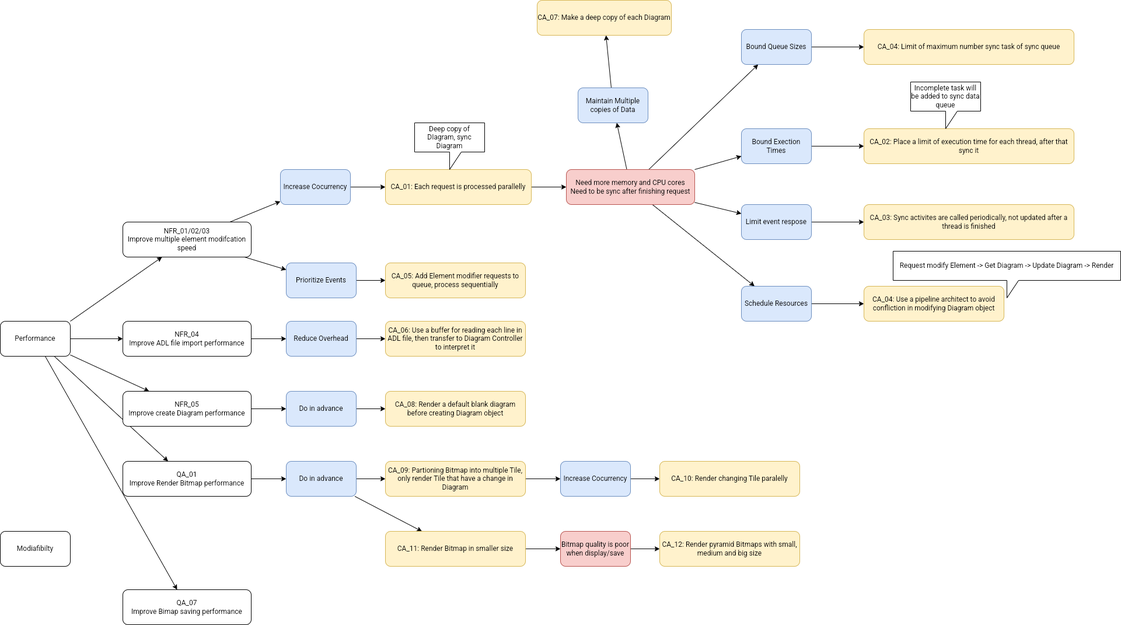
Above: img/CA.drawio.png in phunm211/SW-Associate-Architecture (draw.io), before the change. Source tidied: cells renumbered, new cells last; positions are measured from the earlier drawing's top-left corner, leaving out a move shared by most shapes.
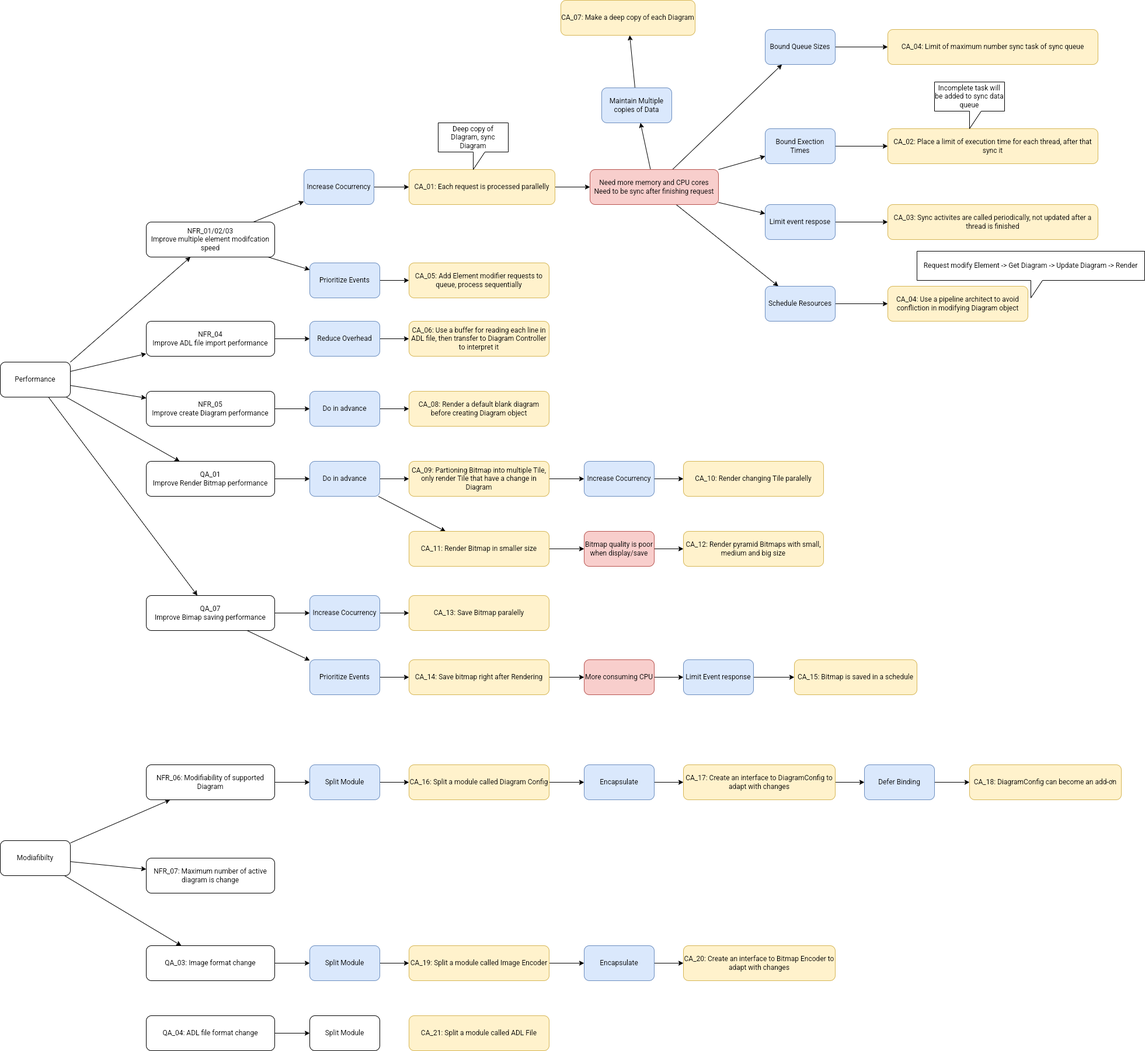
Later version of the same file.

The edit, as a diff of the source:
```diff
@@ -15,13 +15,22 @@
       <mxGeometry relative="1" as="geometry" />
     </mxCell>
     <mxCell id="6" value="Performance" style="rounded=1;whiteSpace=wrap;html=1;" parent="1" vertex="1">
-      <mxGeometry y="550" width="120" height="60" as="geometry" />
+      <mxGeometry x="-40" y="620" width="120" height="60" as="geometry" />
     </mxCell>
     <mxCell id="7" style="edgeStyle=none;rounded=0;jettySize=auto;html=1;" parent="1" edge="1" source="6" target="54">
       <mxGeometry relative="1" as="geometry" />
     </mxCell>
+    <mxCell id="69" style="edgeStyle=none;rounded=0;jettySize=auto;html=1;" parent="1" edge="1" source="8" target="87">
+      <mxGeometry relative="1" as="geometry" />
+    </mxCell>
+    <mxCell id="70" style="edgeStyle=none;rounded=0;jettySize=auto;html=1;" parent="1" edge="1" source="8" target="99">
+      <mxGeometry relative="1" as="geometry" />
+    </mxCell>
+    <mxCell id="71" style="edgeStyle=none;rounded=0;jettySize=auto;html=1;" parent="1" edge="1" source="8" target="101">
+      <mxGeometry relative="1" as="geometry" />
+    </mxCell>
     <mxCell id="8" value="Modiafibilty" style="rounded=1;whiteSpace=wrap;html=1;" parent="1" vertex="1">
-      <mxGeometry y="910" width="120" height="60" as="geometry" />
+      <mxGeometry x="-40" y="1440" width="120" height="60" as="geometry" />
     </mxCell>
     <mxCell id="9" style="rounded=0;jettySize=auto;html=1;" parent="1" edge="1" source="11" target="13">
       <mxGeometry relative="1" as="geometry" />
@@ -200,8 +209,131 @@
     <mxCell id="67" value="CA_12: Render pyramid Bitmaps with small, medium and big size" style="rounded=1;whiteSpace=wrap;html=1;fillColor=#fff2cc;strokeColor=#d6b656;" parent="1" vertex="1">
       <mxGeometry x="1130" y="910" width="240" height="60" as="geometry" />
     </mxCell>
+    <mxCell id="72" style="edgeStyle=orthogonalEdgeStyle;rounded=0;jettySize=auto;html=1;" parent="1" edge="1" source="68" target="75">
+      <mxGeometry relative="1" as="geometry" />
+    </mxCell>
+    <mxCell id="73" style="edgeStyle=none;rounded=0;jettySize=auto;html=1;" parent="1" edge="1" source="68" target="78">
+      <mxGeometry relative="1" as="geometry" />
+    </mxCell>
     <mxCell id="68" value="QA_07&lt;br&gt;Improve Bimap saving performance" style="rounded=1;whiteSpace=wrap;html=1;" parent="1" vertex="1">
-      <mxGeometry x="210" y="1010" width="220" height="60" as="geometry" />
+      <mxGeometry x="210" y="1020" width="220" height="60" as="geometry" />
     </mxCell>
+    <mxCell id="74" style="edgeStyle=orthogonalEdgeStyle;rounded=0;jettySize=auto;html=1;" parent="1" edge="1" source="75" target="76">
+      <mxGeometry relative="1" as="geometry" />
+    </mxCell>
+    <mxCell id="75" value="Increase Cocurrency" style="rounded=1;whiteSpace=wrap;html=1;fillColor=#dae8fc;strokeColor=#6c8ebf;" parent="1" vertex="1">
+      <mxGeometry x="490" y="1020" width="120" height="60" as="geometry" />
+    </mxCell>
+    <mxCell id="76" value="CA_13: Save Bitmap paralelly" style="rounded=1;whiteSpace=wrap;html=1;fillColor=#fff2cc;strokeColor=#d6b656;" parent="1" vertex="1">
+      <mxGeometry x="660" y="1020" width="240" height="60" as="geometry" />
+    </mxCell>
+    <mxCell id="77" style="edgeStyle=none;rounded=0;jettySize=auto;html=1;" parent="1" edge="1" source="78" target="80">
+      <mxGeometry relative="1" as="geometry" />
+    </mxCell>
+    <mxCell id="78" value="Prioritize Events" style="rounded=1;whiteSpace=wrap;html=1;fillColor=#dae8fc;strokeColor=#6c8ebf;" parent="1" vertex="1">
+      <mxGeometry x="490" y="1130" width="120" height="60" as="geometry" />
+    </mxCell>
+    <mxCell id="79" style="edgeStyle=none;rounded=0;jettySize=auto;html=1;" parent="1" edge="1" source="80" target="82">
+      <mxGeometry relative="1" as="geometry" />
+    </mxCell>
+    <mxCell id="80" value="CA_14: Save bitmap right after Rendering" style="rounded=1;whiteSpace=wrap;html=1;fillColor=#fff2cc;strokeColor=#d6b656;" parent="1" vertex="1">
+      <mxGeometry x="660" y="1130" width="240" height="60" as="geometry" />
+    </mxCell>
+    <mxCell id="81" style="edgeStyle=none;rounded=0;jettySize=auto;html=1;" parent="1" edge="1" source="82" target="84">
+      <mxGeometry relative="1" as="geometry" />
+    </mxCell>
+    <mxCell id="82" value="More consuming CPU" style="rounded=1;whiteSpace=wrap;html=1;fillColor=#f8cecc;strokeColor=#b85450;" parent="1" vertex="1">
+      <mxGeometry x="960" y="1130" width="120" height="60" as="geometry" />
+    </mxCell>
+    <mxCell id="83" style="edgeStyle=none;rounded=0;jettySize=auto;html=1;" parent="1" edge="1" source="84" target="85">
+      <mxGeometry relative="1" as="geometry" />
+    </mxCell>
+    <mxCell id="84" value="Limit Event response" style="rounded=1;whiteSpace=wrap;html=1;fillColor=#dae8fc;strokeColor=#6c8ebf;" parent="1" vertex="1">
+      <mxGeometry x="1130" y="1130" width="120" height="60" as="geometry" />
+    </mxCell>
+    <mxCell id="85" value="CA_15: Bitmap is saved in a schedule" style="rounded=1;whiteSpace=wrap;html=1;fillColor=#fff2cc;strokeColor=#d6b656;" parent="1" vertex="1">
+      <mxGeometry x="1320" y="1130" width="210" height="60" as="geometry" />
+    </mxCell>
+    <mxCell id="86" style="edgeStyle=none;rounded=0;jettySize=auto;html=1;" parent="1" edge="1" source="87" target="89">
+      <mxGeometry relative="1" as="geometry" />
+    </mxCell>
+    <mxCell id="87" value="NFR_06: Modifiability of supported Diagram" style="rounded=1;whiteSpace=wrap;html=1;" parent="1" vertex="1">
+      <mxGeometry x="210" y="1310" width="220" height="60" as="geometry" />
+    </mxCell>
+    <mxCell id="88" style="edgeStyle=none;rounded=0;jettySize=auto;html=1;" parent="1" edge="1" source="89" target="91">
+      <mxGeometry relative="1" as="geometry" />
+    </mxCell>
+    <mxCell id="89" value="Split Module" style="rounded=1;whiteSpace=wrap;html=1;fillColor=#dae8fc;strokeColor=#6c8ebf;" parent="1" vertex="1">
+      <mxGeometry x="490" y="1310" width="120" height="60" as="geometry" />
+    </mxCell>
+    <mxCell id="90" style="edgeStyle=none;rounded=0;jettySize=auto;html=1;" parent="1" edge="1" source="91" target="93">
+      <mxGeometry relative="1" as="geometry" />
+    </mxCell>
+    <mxCell id="91" value="CA_16: Split a module called Diagram Config" style="rounded=1;whiteSpace=wrap;html=1;fillColor=#fff2cc;strokeColor=#d6b656;" parent="1" vertex="1">
+      <mxGeometry x="660" y="1310" width="240" height="60" as="geometry" />
+    </mxCell>
+    <mxCell id="92" style="edgeStyle=none;rounded=0;jettySize=auto;html=1;" parent="1" edge="1" source="93" target="95">
+      <mxGeometry relative="1" as="geometry" />
+    </mxCell>
+    <mxCell id="93" value="Encapsulate" style="rounded=1;whiteSpace=wrap;html=1;fillColor=#dae8fc;strokeColor=#6c8ebf;" parent="1" vertex="1">
+      <mxGeometry x="960" y="1310" width="120" height="60" as="geometry" />
+    </mxCell>
+    <mxCell id="94" style="edgeStyle=none;rounded=0;jettySize=auto;html=1;" parent="1" edge="1" source="95" target="97">
+      <mxGeometry relative="1" as="geometry" />
+    </mxCell>
+    <mxCell id="95" value="CA_17: Create an interface to DiagramConfig to adapt with changes" style="rounded=1;whiteSpace=wrap;html=1;fillColor=#fff2cc;strokeColor=#d6b656;" parent="1" vertex="1">
+      <mxGeometry x="1130" y="1310" width="260" height="60" as="geometry" />
+    </mxCell>
+    <mxCell id="96" style="edgeStyle=none;rounded=0;jettySize=auto;html=1;" parent="1" edge="1" source="97" target="98">
+      <mxGeometry relative="1" as="geometry" />
+    </mxCell>
+    <mxCell id="97" value="Defer Binding" style="rounded=1;whiteSpace=wrap;html=1;fillColor=#dae8fc;strokeColor=#6c8ebf;" parent="1" vertex="1">
+      <mxGeometry x="1440" y="1310" width="120" height="60" as="geometry" />
+    </mxCell>
+    <mxCell id="98" value="CA_18: DiagramConfig can become an add-ơn" style="rounded=1;whiteSpace=wrap;html=1;fillColor=#fff2cc;strokeColor=#d6b656;" parent="1" vertex="1">
+      <mxGeometry x="1620" y="1310" width="260" height="60" as="geometry" />
+    </mxCell>
+    <mxCell id="99" value="NFR_07: Maximum number of active diagram is change" style="rounded=1;whiteSpace=wrap;html=1;" parent="1" vertex="1">
+      <mxGeometry x="210" y="1470" width="220" height="60" as="geometry" />
+    </mxCell>
+    <mxCell id="100" style="edgeStyle=none;rounded=0;jettySize=auto;html=1;" parent="1" edge="1" source="101" target="103">
+      <mxGeometry relative="1" as="geometry" />
+    </mxCell>
+    <mxCell id="101" value="QA_03: Image format change" style="rounded=1;whiteSpace=wrap;html=1;" parent="1" vertex="1">
+      <mxGeometry x="210" y="1620" width="220" height="60" as="geometry" />
+    </mxCell>
+    <mxCell id="102" style="edgeStyle=none;rounded=0;jettySize=auto;html=1;" parent="1" edge="1" source="103" target="105">
+      <mxGeometry relative="1" as="geometry" />
+    </mxCell>
+    <mxCell id="103" value="Split Module" style="rounded=1;whiteSpace=wrap;html=1;fillColor=#dae8fc;strokeColor=#6c8ebf;" parent="1" vertex="1">
+      <mxGeometry x="490" y="1620" width="120" height="60" as="geometry" />
+    </mxCell>
+    <mxCell id="104" style="edgeStyle=none;rounded=0;jettySize=auto;html=1;" parent="1" edge="1" source="105" target="107">
+      <mxGeometry relative="1" as="geometry" />
+    </mxCell>
+    <mxCell id="105" value="CA_19: Split a module called Image Encoder" style="rounded=1;whiteSpace=wrap;html=1;fillColor=#fff2cc;strokeColor=#d6b656;" parent="1" vertex="1">
+      <mxGeometry x="660" y="1620" width="240" height="60" as="geometry" />
+    </mxCell>
+    <mxCell id="106" style="edgeStyle=none;rounded=0;jettySize=auto;html=1;" parent="1" edge="1" source="107" target="108">
+      <mxGeometry relative="1" as="geometry" />
+    </mxCell>
+    <mxCell id="107" value="Encapsulate" style="rounded=1;whiteSpace=wrap;html=1;fillColor=#dae8fc;strokeColor=#6c8ebf;" parent="1" vertex="1">
+      <mxGeometry x="960" y="1620" width="120" height="60" as="geometry" />
+    </mxCell>
+    <mxCell id="108" value="CA_20: Create an interface to Bitmap Encoder to adapt with changes" style="rounded=1;whiteSpace=wrap;html=1;fillColor=#fff2cc;strokeColor=#d6b656;" parent="1" vertex="1">
+      <mxGeometry x="1130" y="1620" width="260" height="60" as="geometry" />
+    </mxCell>
+    <mxCell id="109" style="edgeStyle=none;rounded=0;jettySize=auto;html=1;" parent="1" edge="1" source="110" target="111">
+      <mxGeometry relative="1" as="geometry" />
+    </mxCell>
+    <mxCell id="110" value="QA_04: ADL file format change" style="rounded=1;whiteSpace=wrap;html=1;" parent="1" vertex="1">
+      <mxGeometry x="210" y="1740" width="220" height="60" as="geometry" />
+    </mxCell>
+    <mxCell id="111" value="Split Module" style="rounded=1;whiteSpace=wrap;html=1;" parent="1" vertex="1">
+      <mxGeometry x="490" y="1740" width="120" height="60" as="geometry" />
+    </mxCell>
+    <mxCell id="112" value="CA_21: Split a module called ADL File" style="rounded=1;whiteSpace=wrap;html=1;fillColor=#fff2cc;strokeColor=#d6b656;" parent="1" vertex="1">
+      <mxGeometry x="660" y="1740" width="240" height="60" as="geometry" />
+    </mxCell>
   </root>
 </mxGraphModel>
```
